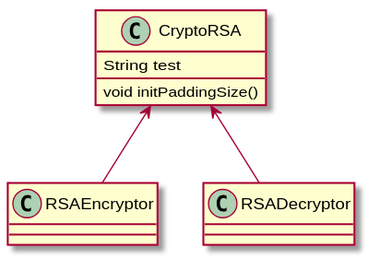
The PlantUML diagram architecture/class_diagrams/rsa.svg in bierschi/butterfly, before a commit.
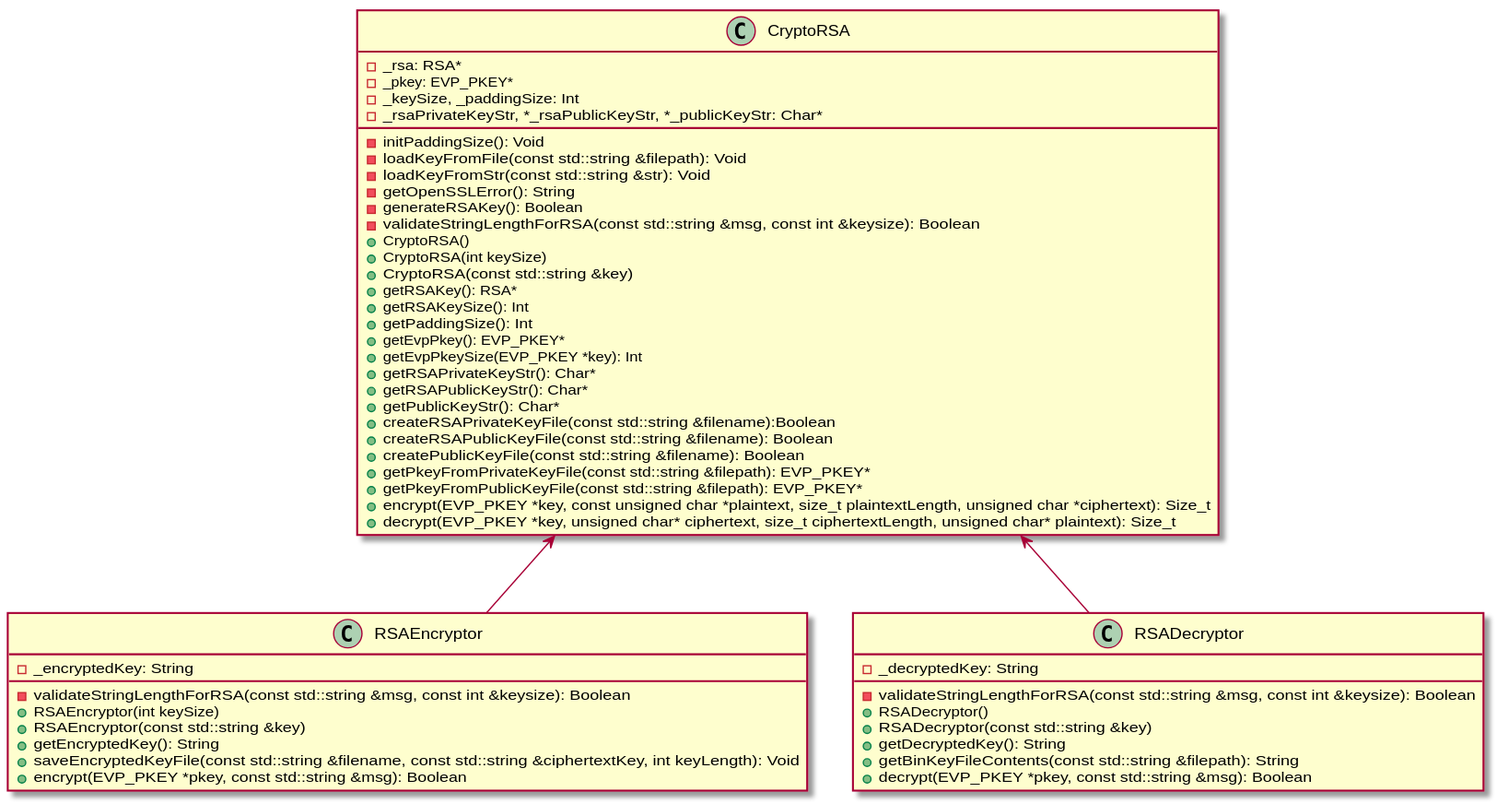
Later version of the same file.

The edit, as a diff of the source:
```diff
@@ -1,12 +1,58 @@
 @startuml
 class CryptoRSA {
-    String test
-    void initPaddingSize()
+    -_rsa: RSA*
+    -_pkey: EVP_PKEY*
+    -_keySize, _paddingSize: Int
+    -_rsaPrivateKeyStr, *_rsaPublicKeyStr, *_publicKeyStr: Char*
+
+    -initPaddingSize(): Void
+    -loadKeyFromFile(const std::string &filepath): Void
+    -loadKeyFromStr(const std::string &str): Void
+    -getOpenSSLError(): String
+    -generateRSAKey(): Boolean
+    -validateStringLengthForRSA(const std::string &msg, const int &keysize): Boolean
+
+    +CryptoRSA()
+    +CryptoRSA(int keySize)
+    +CryptoRSA(const std::string &key)
+    +getRSAKey(): RSA*
+    +getRSAKeySize(): Int
+    +getPaddingSize(): Int
+    +getEvpPkey(): EVP_PKEY*
+    +getEvpPkeySize(EVP_PKEY *key): Int
+    +getRSAPrivateKeyStr(): Char*
+    +getRSAPublicKeyStr(): Char*
+    +getPublicKeyStr(): Char*
+    +createRSAPrivateKeyFile(const std::string &filename):Boolean
+    +createRSAPublicKeyFile(const std::string &filename): Boolean
+    +createPublicKeyFile(const std::string &filename): Boolean
+    +getPkeyFromPrivateKeyFile(const std::string &filepath): EVP_PKEY*
+    +getPkeyFromPublicKeyFile(const std::string &filepath): EVP_PKEY*
+    +encrypt(EVP_PKEY *key, const unsigned char *plaintext, size_t plaintextLength, unsigned char *ciphertext): Size_t
+    +decrypt(EVP_PKEY *key, unsigned char* ciphertext, size_t ciphertextLength, unsigned char* plaintext): Size_t
 }
 
 class RSAEncryptor {
+    -_encryptedKey: String
+
+    -validateStringLengthForRSA(const std::string &msg, const int &keysize): Boolean
+
+    +RSAEncryptor(int keySize)
+    +RSAEncryptor(const std::string &key)
+    +getEncryptedKey(): String
+    +saveEncryptedKeyFile(const std::string &filename, const std::string &ciphertextKey, int keyLength): Void
+    +encrypt(EVP_PKEY *pkey, const std::string &msg): Boolean
 }
+
 class RSADecryptor {
+    -_decryptedKey: String
+    -validateStringLengthForRSA(const std::string &msg, const int &keysize): Boolean
+
+    +RSADecryptor()
+    +RSADecryptor(const std::string &key)
+    +getDecryptedKey(): String
+    +getBinKeyFileContents(const std::string &filepath): String
+    +decrypt(EVP_PKEY *pkey, const std::string &msg): Boolean
 }
 
 CryptoRSA <-- RSAEncryptor
```
